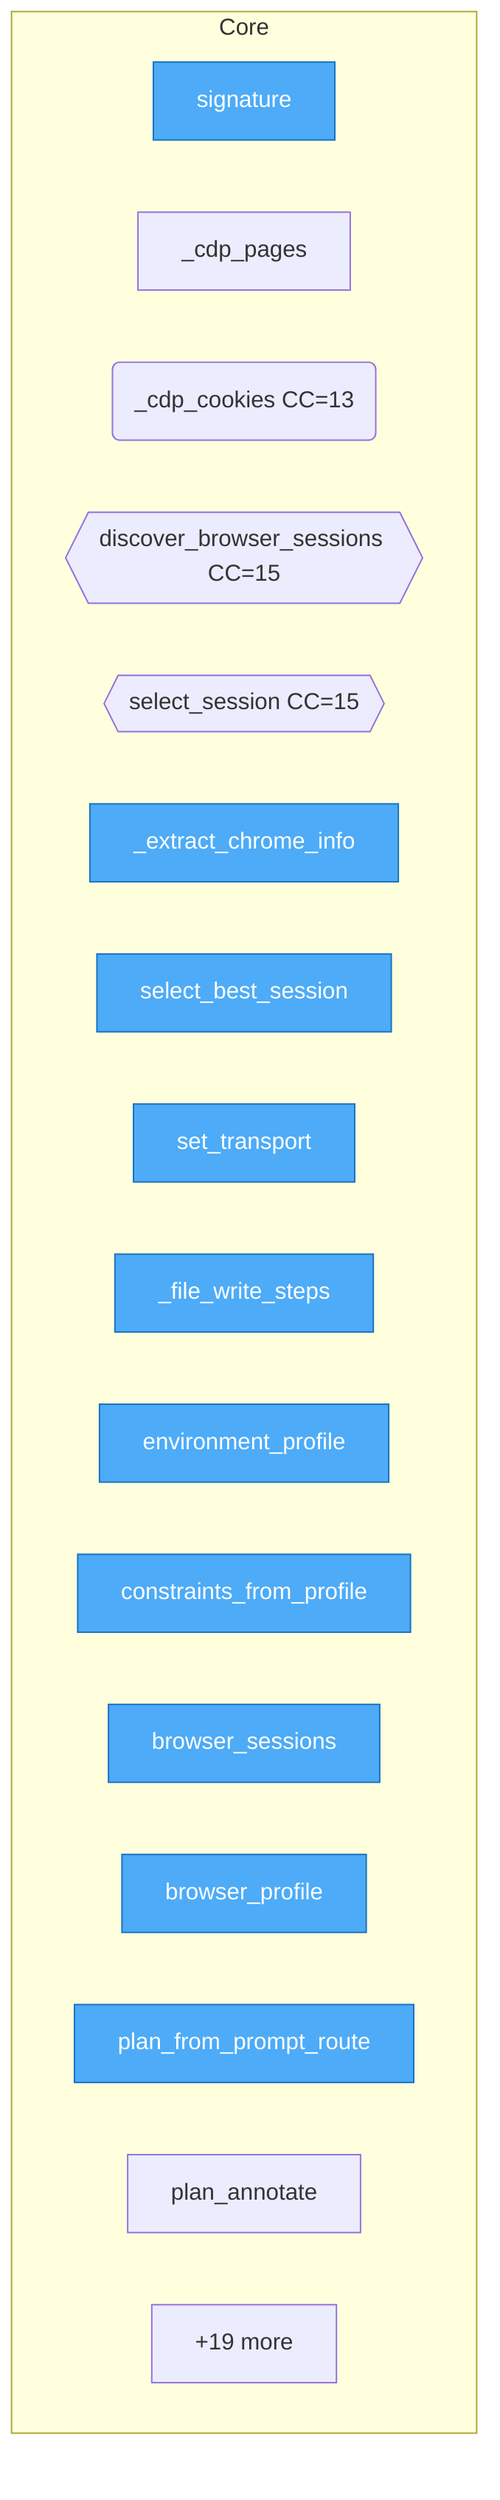
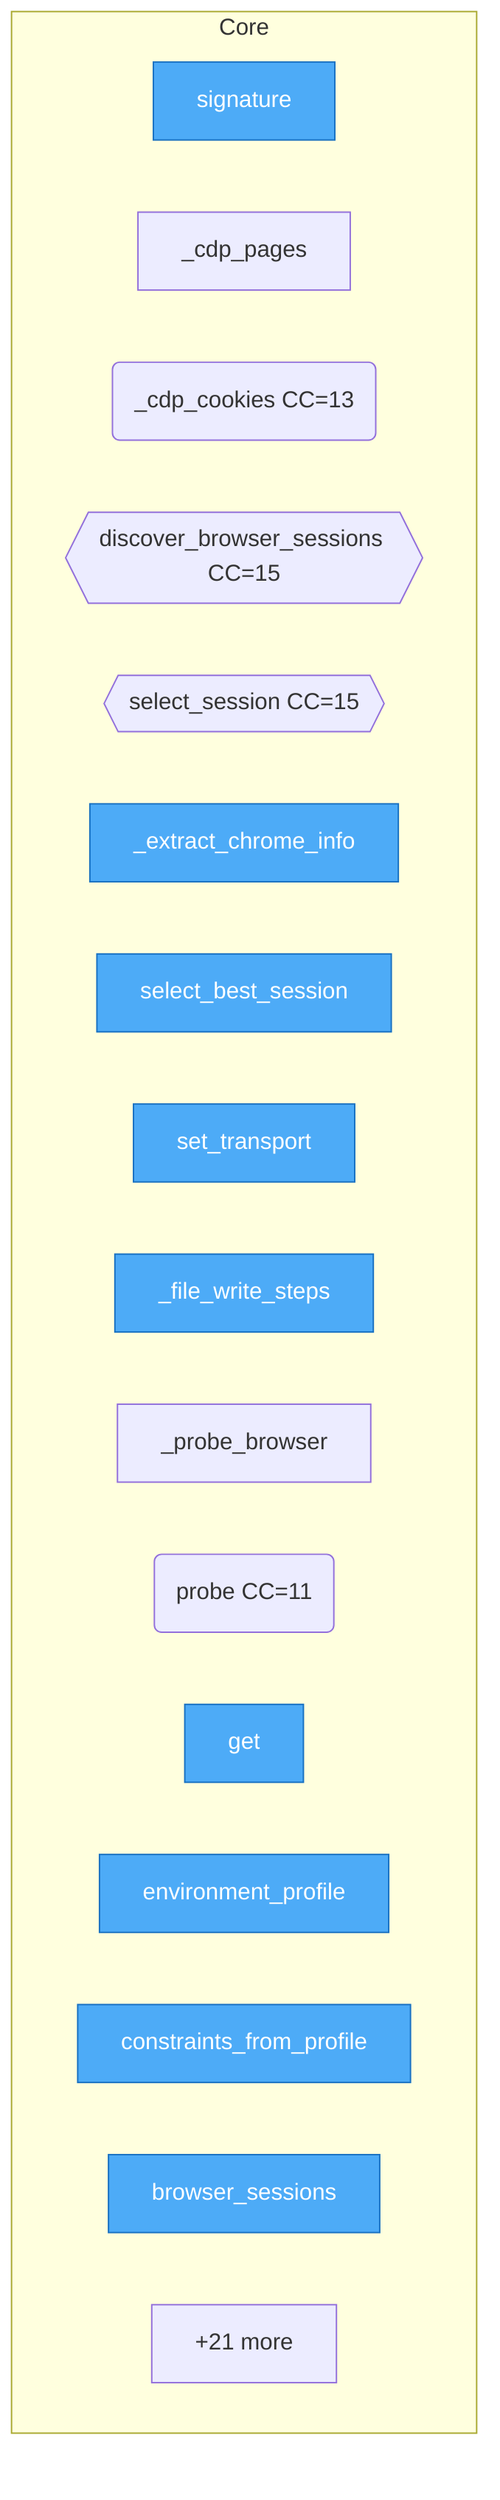
flowchart TD
%% generated in 0.00s

    %% Entry points (blue)
    classDef entry fill:#4dabf7,stroke:#1971c2,color:#fff

    subgraph Core
        urirun_connector_twin__sandbox__Scenario__signature["signature"]
        urirun_connector_twin__browser___cdp_pages["_cdp_pages"]
        urirun_connector_twin__browser___cdp_cookies("_cdp_cookies CC=13")
        urirun_connector_twin__browser__discover_browser_sessions{{discover_browser_sessions CC=15}}
        urirun_connector_twin__browser__select_session{{select_session CC=15}}
        urirun_connector_twin__browser___extract_chrome_info["_extract_chrome_info"]
        urirun_connector_twin__browser__select_best_session["select_best_session"]
        urirun_connector_twin__dispatch__set_transport["set_transport"]
        urirun_connector_twin__prompt_plan___file_write_steps["_file_write_steps"]
+         urirun_connector_twin__environment___probe_browser["_probe_browser"]
+         urirun_connector_twin__environment__probe("probe CC=11")
+         urirun_connector_twin__proof_cache__DictProofStore__get["get"]
        urirun_connector_twin__core__environment_profile["environment_profile"]
        urirun_connector_twin__core__constraints_from_profile["constraints_from_profile"]
        urirun_connector_twin__core__browser_sessions["browser_sessions"]
-         urirun_connector_twin__core__browser_profile["browser_profile"]
-         urirun_connector_twin__core__plan_from_prompt_route["plan_from_prompt_route"]
-         urirun_connector_twin__core__plan_annotate["plan_annotate"]
-         ...["+19 more"]
+         ...["+21 more"]
    end

-     class urirun_connector_twin__sandbox__Scenario__signature,urirun_connector_twin__browser___extract_chrome_info,urirun_connector_twin__browser__select_best_session,urirun_connector_twin__dispatch__set_transport,urirun_connector_twin__prompt_plan___file_write_steps,urirun_connector_twin__core__environment_profile,urirun_connector_twin__core__constraints_from_profile,urirun_connector_twin__core__browser_sessions,urirun_connector_twin__core__browser_profile,urirun_connector_twin__core__plan_from_prompt_route entry
+     class urirun_connector_twin__sandbox__Scenario__signature,urirun_connector_twin__browser___extract_chrome_info,urirun_connector_twin__browser__select_best_session,urirun_connector_twin__dispatch__set_transport,urirun_connector_twin__prompt_plan___file_write_steps,urirun_connector_twin__proof_cache__DictProofStore__get,urirun_connector_twin__core__environment_profile,urirun_connector_twin__core__constraints_from_profile,urirun_connector_twin__core__browser_sessions,urirun_connector_twin__core__browser_profile entry
